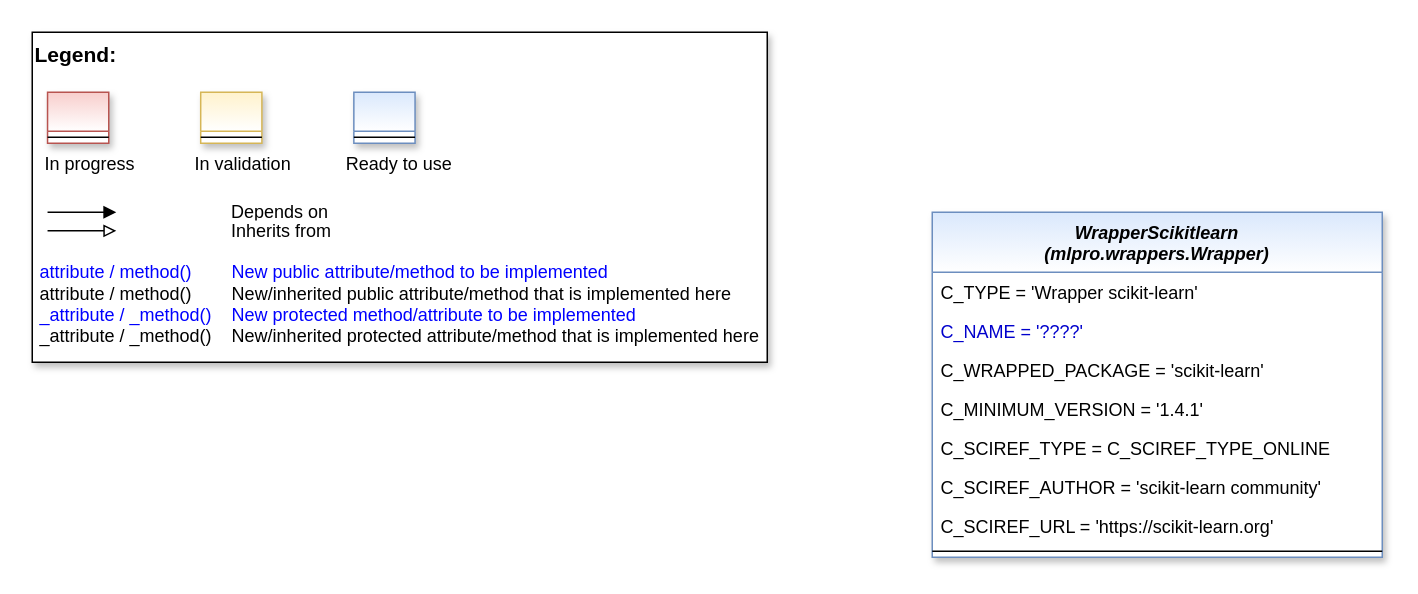
Before: doc/rtd/content/02_api/images/MLPro-Int-Scikit-learn.drawio in fhswf/MLPro-Int-scikit-learn, a draw.io diagram. Source tidied: cells renumbered, new cells numbered last; positions are measured from the earlier drawing's top-left corner, leaving out a move shared by most shapes. Both pictures are drawn from the tidied source at 150%, with x=0, y=0 at pixel (32, 32).
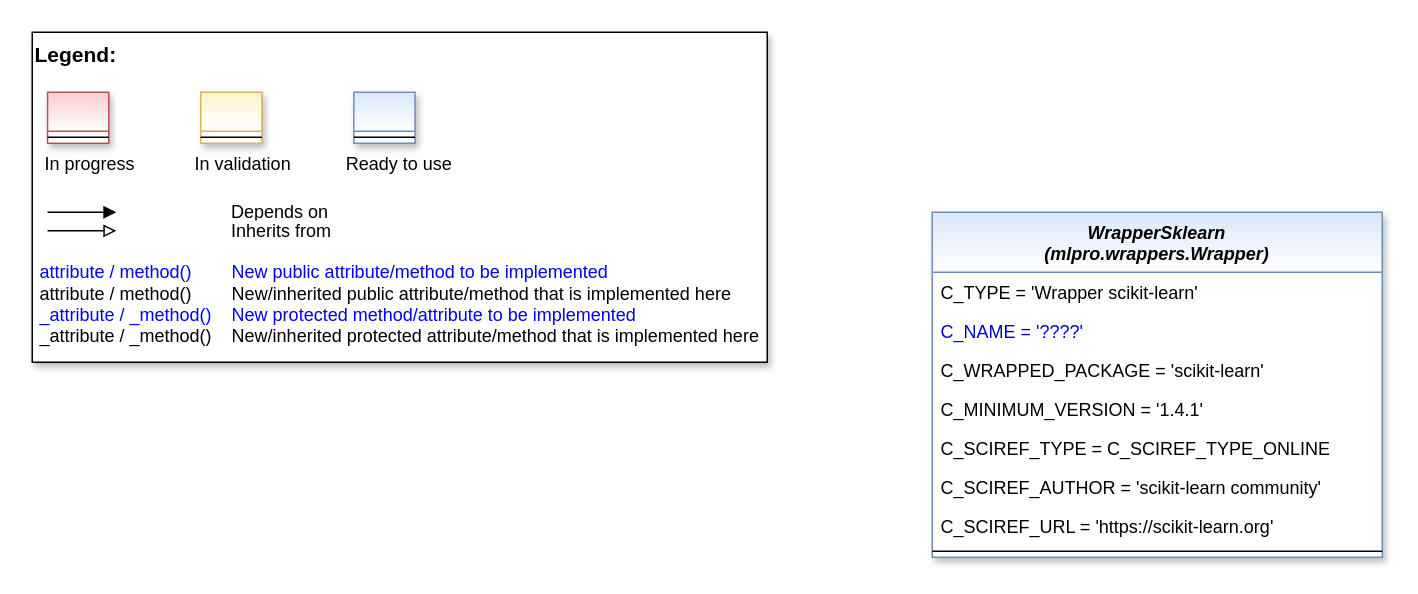
Above is the later version.

What changed in the source:
```diff
@@
-    <mxCell id="12" value="WrapperScikitlearn&#10;(mlpro.wrappers.Wrapper)" style="swimlane;fontStyle=3;align=center;verticalAlign=top;horizontal=1;startSize=40;rounded=0;shadow=1;strokeWidth=1;fillColor=#dae8fc;strokeColor=#6c8ebf;swimlaneFillColor=#ffffff;gradientColor=#FFFFFF;" parent="1" vertex="1">
+    <mxCell id="12" value="WrapperSklearn&#10;(mlpro.wrappers.Wrapper)" style="swimlane;fontStyle=3;align=center;verticalAlign=top;horizontal=1;startSize=40;rounded=0;shadow=1;strokeWidth=1;fillColor=#dae8fc;strokeColor=#6c8ebf;swimlaneFillColor=#ffffff;gradientColor=#FFFFFF;" parent="1" vertex="1">
       <mxGeometry x="600" y="120" width="300" height="230" as="geometry" />
     </mxCell>
```
